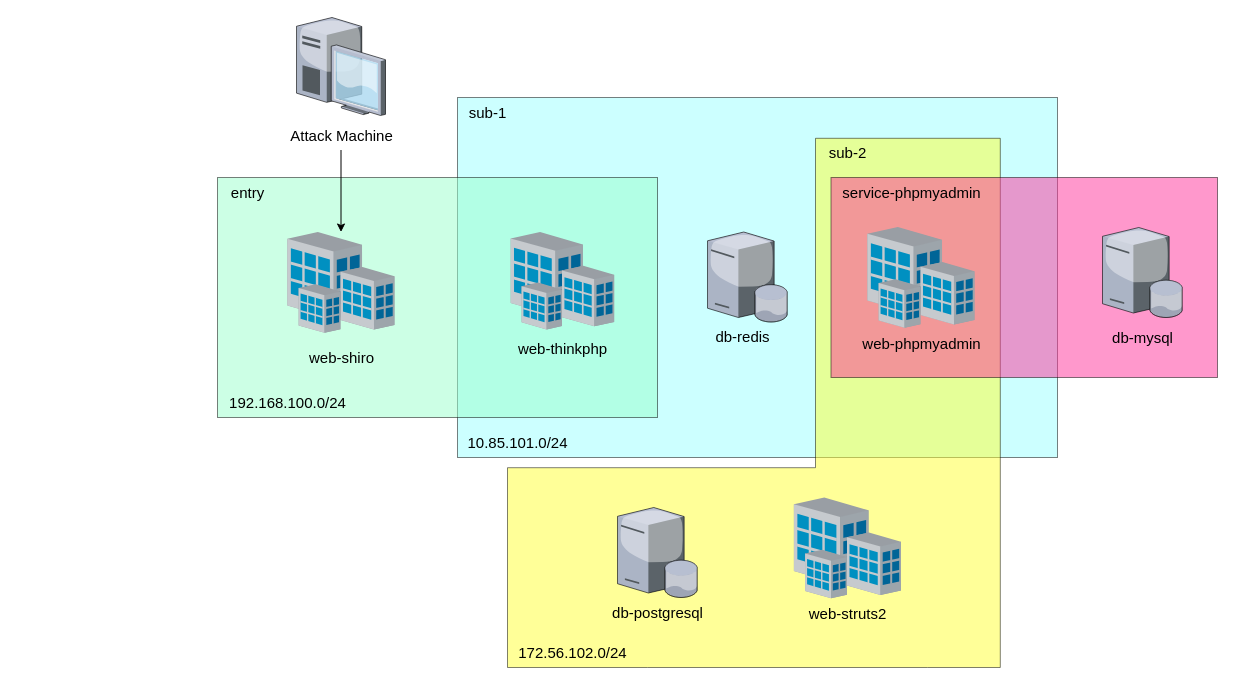
Earlier version of the draw.io diagram Puff-Pastry.drawio (CTF-Archives/Puff-Pastry). Source tidied: cells renumbered, new cells numbered last; positions are measured from the earlier drawing's top-left corner, leaving out a move shared by most shapes. Both pictures are drawn from the tidied source at 100%, with x=0, y=0 at pixel (217, 17).
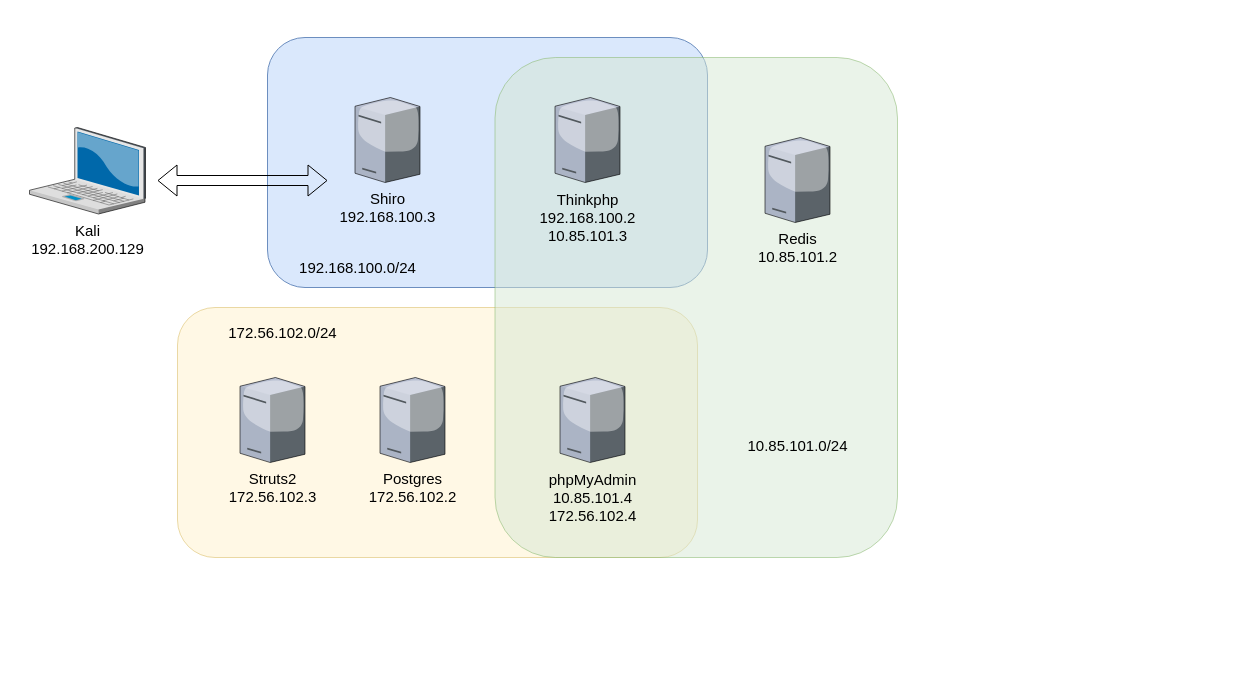
After the change.

Change to the diagram source:
```diff
@@
-    <mxCell id="2" style="rounded=0;whiteSpace=wrap;html=1;fillColor=#99FFFF;fillStyle=solid;opacity=50;" parent="1" vertex="1">
-      <mxGeometry x="240" y="80" width="600" height="360" as="geometry" />
-    </mxCell>
-    <mxCell id="3" style="verticalLabelPosition=bottom;verticalAlign=top;html=1;shape=mxgraph.basic.polygon;polyCoords=[[0.55,0.63],[0.55,0.02],[0.88,0.02],[0.88,1],[0.75,1],[0.25,1],[0,1],[0,0.63]];polyline=0;fontFamily=Helvetica;fontSize=12;fontColor=default;fillColor=#FFFF33;gradientColor=none;opacity=50;" parent="1" vertex="1">
-      <mxGeometry x="290" y="110" width="560" height="540" as="geometry" />
-    </mxCell>
-    <mxCell id="4" style="rounded=0;whiteSpace=wrap;html=1;fillColor=#FF3399;opacity=50;" parent="1" vertex="1">
-      <mxGeometry x="613.5" y="160" width="386.5" height="200" as="geometry" />
-    </mxCell>
-    <mxCell id="5" style="rounded=0;whiteSpace=wrap;html=1;fillColor=#99FFCC;gradientColor=none;fillStyle=solid;opacity=50;" parent="1" vertex="1">
-      <mxGeometry y="160" width="440" height="240" as="geometry" />
-    </mxCell>
-    <mxCell id="6" value="entry" style="text;html=1;align=center;verticalAlign=middle;strokeColor=none;fillColor=none;fontSize=15;" parent="1" vertex="1">
-      <mxGeometry y="160" width="60" height="30" as="geometry" />
-    </mxCell>
-    <mxCell id="7" style="group;" parent="1" vertex="1">
-      <mxGeometry x="70" y="214.5" width="107" height="140" as="geometry" />
-    </mxCell>
-    <mxCell id="8" style="verticalLabelPosition=bottom;sketch=0;html=1;verticalAlign=top;strokeColor=none;align=center;outlineConnect=0;shape=mxgraph.citrix.site;" parent="7" vertex="1">
-      <mxGeometry width="107" height="101" as="geometry" />
-    </mxCell>
-    <mxCell id="9" value="web-shiro" style="text;html=1;align=center;verticalAlign=middle;strokeColor=none;fillColor=none;fontSize=15;" parent="7" vertex="1">
-      <mxGeometry x="8.5" y="110" width="90" height="30" as="geometry" />
-    </mxCell>
-    <mxCell id="10" value="&lt;font style=&quot;font-size: 15px;&quot;&gt;sub-1&lt;/font&gt;" style="text;html=1;align=center;verticalAlign=middle;strokeColor=none;fillColor=none;" parent="1" vertex="1">
-      <mxGeometry x="240" y="80" width="60" height="30" as="geometry" />
-    </mxCell>
-    <mxCell id="11" style="group;" parent="1" vertex="1">
-      <mxGeometry x="290" y="214.5" width="110" height="131" as="geometry" />
-    </mxCell>
-    <mxCell id="12" style="verticalLabelPosition=bottom;sketch=0;html=1;verticalAlign=top;strokeColor=none;align=center;shape=mxgraph.citrix.site;" parent="11" vertex="1">
-      <mxGeometry x="3.3" width="103.4" height="97.6" as="geometry" />
-    </mxCell>
-    <mxCell id="13" value="web-thinkphp" style="text;html=1;align=center;verticalAlign=middle;strokeColor=none;fillColor=none;fontSize=15;" parent="11" vertex="1">
-      <mxGeometry y="101" width="110" height="30" as="geometry" />
-    </mxCell>
+    <mxCell id="36" style="rounded=1;whiteSpace=wrap;html=1;opacity=50;fillColor=#fff2cc;strokeColor=#d6b656;" parent="1" vertex="1">
+      <mxGeometry x="-40" y="290" width="520" height="250" as="geometry" />
+    </mxCell>
+    <mxCell id="37" style="rounded=1;whiteSpace=wrap;html=1;fillColor=#dae8fc;strokeColor=#6c8ebf;" parent="1" vertex="1">
+      <mxGeometry x="50" y="20" width="440" height="250" as="geometry" />
+    </mxCell>
+    <mxCell id="38" style="rounded=1;whiteSpace=wrap;html=1;opacity=50;fillColor=#d5e8d4;strokeColor=#82b366;" parent="1" vertex="1">
+      <mxGeometry x="277.5" y="40" width="402.5" height="500" as="geometry" />
+    </mxCell>
+    <mxCell id="39" style="group;" parent="1" vertex="1">
+      <mxGeometry y="360" width="110" height="135" as="geometry" />
+    </mxCell>
+    <mxCell id="40" style="verticalLabelPosition=bottom;sketch=0;html=1;verticalAlign=top;strokeColor=none;align=center;shape=mxgraph.citrix.license_server;" parent="39" vertex="1">
+      <mxGeometry x="22.5" width="65" height="85" as="geometry" />
+    </mxCell>
+    <mxCell id="41" value="&lt;font style=&quot;font-size: 15px;&quot;&gt;Struts2&lt;br&gt;172.56.102.3&lt;/font&gt;" style="text;html=1;align=center;verticalAlign=middle;strokeColor=none;fillColor=none;" parent="39" vertex="1">
+      <mxGeometry y="85" width="110" height="50" as="geometry" />
+    </mxCell>
+    <mxCell id="42" style="group;" parent="1" vertex="1">
+      <mxGeometry x="140" y="360" width="110" height="135" as="geometry" />
+    </mxCell>
+    <mxCell id="43" style="verticalLabelPosition=bottom;sketch=0;html=1;verticalAlign=top;strokeColor=none;align=center;shape=mxgraph.citrix.license_server;" parent="42" vertex="1">
+      <mxGeometry x="22.5" width="65" height="85" as="geometry" />
+    </mxCell>
+    <mxCell id="44" value="&lt;font style=&quot;font-size: 15px;&quot;&gt;Postgres&lt;br&gt;172.56.102.2&lt;/font&gt;" style="text;html=1;align=center;verticalAlign=middle;strokeColor=none;fillColor=none;" parent="42" vertex="1">
+      <mxGeometry y="85" width="110" height="50" as="geometry" />
+    </mxCell>
+    <mxCell id="45" style="group;" parent="1" vertex="1">
+      <mxGeometry x="110" y="80" width="120" height="135" as="geometry" />
+    </mxCell>
+    <mxCell id="46" style="verticalLabelPosition=bottom;sketch=0;html=1;verticalAlign=top;strokeColor=none;align=center;shape=mxgraph.citrix.license_server;" parent="45" vertex="1">
+      <mxGeometry x="27.5" width="65" height="85" as="geometry" />
+    </mxCell>
+    <mxCell id="47" value="&lt;font style=&quot;font-size: 15px;&quot;&gt;Shiro&lt;br&gt;192.168.100.3&lt;/font&gt;" style="text;html=1;align=center;verticalAlign=middle;strokeColor=none;fillColor=none;" parent="45" vertex="1">
+      <mxGeometry y="85" width="120" height="50" as="geometry" />
+    </mxCell>
+    <mxCell id="48" style="group;" parent="1" vertex="1">
+      <mxGeometry x="310" y="80" width="120" height="155" as="geometry" />
+    </mxCell>
+    <mxCell id="49" style="verticalLabelPosition=bottom;sketch=0;html=1;verticalAlign=top;strokeColor=none;align=center;shape=mxgraph.citrix.license_server;" parent="48" vertex="1">
+      <mxGeometry x="27.5" width="65" height="85" as="geometry" />
+    </mxCell>
+    <mxCell id="50" value="&lt;div style=&quot;font-size: 15px;&quot;&gt;&lt;span style=&quot;background-color: initial;&quot;&gt;Thinkphp&lt;/span&gt;&lt;br&gt;&lt;/div&gt;&lt;div style=&quot;font-size: 15px;&quot;&gt;&lt;font style=&quot;font-size: 15px;&quot;&gt;192.168.100.2&lt;/font&gt;&lt;/div&gt;&lt;div style=&quot;font-size: 15px;&quot;&gt;&lt;font style=&quot;font-size: 15px;&quot;&gt;10.85.101.3&lt;/font&gt;&lt;/div&gt;" style="text;html=1;align=center;verticalAlign=middle;strokeColor=none;fillColor=none;" parent="48" vertex="1">
+      <mxGeometry y="85" width="120" height="70" as="geometry" />
+    </mxCell>
+    <mxCell id="51" style="group;" parent="1" vertex="1">
+      <mxGeometry x="530" y="120" width="100" height="135" as="geometry" />
+    </mxCell>
+    <mxCell id="52" style="verticalLabelPosition=bottom;sketch=0;html=1;verticalAlign=top;strokeColor=none;align=center;shape=mxgraph.citrix.license_server;" parent="51" vertex="1">
+      <mxGeometry x="17.5" width="65" height="85" as="geometry" />
+    </mxCell>
+    <mxCell id="53" value="&lt;font style=&quot;font-size: 15px;&quot;&gt;Redis&lt;br&gt;10.85.101.2&lt;/font&gt;" style="text;html=1;align=center;verticalAlign=middle;strokeColor=none;fillColor=none;" parent="51" vertex="1">
+      <mxGeometry y="85" width="100" height="50" as="geometry" />
+    </mxCell>
+    <mxCell id="54" style="group;" parent="1" vertex="1">
+      <mxGeometry x="320" y="360" width="110" height="155" as="geometry" />
+    </mxCell>
+    <mxCell id="55" style="verticalLabelPosition=bottom;sketch=0;html=1;verticalAlign=top;strokeColor=none;align=center;shape=mxgraph.citrix.license_server;" parent="54" vertex="1">
+      <mxGeometry x="22.5" width="65" height="85" as="geometry" />
+    </mxCell>
+    <mxCell id="56" value="&lt;font style=&quot;font-size: 15px;&quot;&gt;phpMyAdmin&lt;br&gt;&lt;span style=&quot;font-size: 15px;&quot;&gt;10.85.101.4&lt;/span&gt;&lt;br&gt;&lt;span style=&quot;font-size: 15px;&quot;&gt;172.56.102.4&lt;/span&gt;&lt;br&gt;&lt;/font&gt;" style="text;html=1;align=center;verticalAlign=middle;strokeColor=none;fillColor=none;" parent="54" vertex="1">
+      <mxGeometry y="85" width="110" height="70" as="geometry" />
+    </mxCell>
+    <mxCell id="57" style="group;" parent="1" vertex="1">
+      <mxGeometry x="-200" y="110" width="140" height="136.5" as="geometry" />
+    </mxCell>
+    <mxCell id="58" style="verticalLabelPosition=bottom;sketch=0;html=1;verticalAlign=top;strokeColor=none;align=center;shape=mxgraph.citrix.laptop_2;" parent="57" vertex="1">
+      <mxGeometry x="12" width="116" height="86.5" as="geometry" />
+    </mxCell>
+    <mxCell id="59" value="&lt;font style=&quot;font-size: 15px;&quot;&gt;Kali&lt;br&gt;192.168.200.129&lt;/font&gt;" style="text;html=1;align=center;verticalAlign=middle;strokeColor=none;fillColor=none;" parent="57" vertex="1">
+      <mxGeometry y="86.5" width="140" height="50" as="geometry" />
+    </mxCell>
+    <mxCell id="60" style="shape=flexArrow;endArrow=classic;startArrow=classic;html=1;rounded=0;" parent="1" edge="1">
+      <mxGeometry relative="1" as="geometry">
+        <mxPoint x="-60" y="163" as="sourcePoint" />
+        <mxPoint x="110" y="163" as="targetPoint" />
+      </mxGeometry>
+    </mxCell>
     <mxCell id="14" value="&lt;font style=&quot;font-size: 15px;&quot;&gt;192.168.100.0/24&lt;/font&gt;" style="text;html=1;align=center;verticalAlign=middle;strokeColor=none;fillColor=none;" parent="1" vertex="1">
-      <mxGeometry y="370" width="140" height="30" as="geometry" />
+      <mxGeometry x="70" y="235" width="140" height="30" as="geometry" />
     </mxCell>
     <mxCell id="15" value="&lt;font style=&quot;font-size: 15px;&quot;&gt;10.85.101.0/24&lt;/font&gt;" style="text;html=1;align=center;verticalAlign=middle;strokeColor=none;fillColor=none;" parent="1" vertex="1">
-      <mxGeometry x="240" y="410" width="120" height="30" as="geometry" />
+      <mxGeometry x="520" y="412.5" width="120" height="30" as="geometry" />
     </mxCell>
-    <mxCell id="16" style="group;" parent="1" vertex="1">
-      <mxGeometry x="58.5" width="130" height="132.5" as="geometry" />
-    </mxCell>
-    <mxCell id="17" style="verticalLabelPosition=bottom;sketch=0;html=1;verticalAlign=top;strokeColor=none;align=center;shape=mxgraph.citrix.desktop;" parent="16" vertex="1">
-      <mxGeometry x="20.5" width="89" height="98" as="geometry" />
-    </mxCell>
-    <mxCell id="18" value="&lt;font style=&quot;font-size: 15px;&quot;&gt;Attack Machine&lt;/font&gt;" style="text;html=1;align=center;verticalAlign=middle;points=[];strokeColor=none;fillColor=none;" parent="16" vertex="1">
-      <mxGeometry y="102.5" width="130" height="30" as="geometry" />
-    </mxCell>
-    <mxCell id="19" style="edgeStyle=orthogonalEdgeStyle;rounded=0;jettySize=auto;html=1;" parent="1" edge="1" source="18" target="8">
-      <mxGeometry relative="1" as="geometry" />
-    </mxCell>
     <mxCell id="20" value="&lt;font style=&quot;font-size: 15px;&quot;&gt;172.56.102.0/24&lt;/font&gt;" style="text;html=1;align=center;verticalAlign=middle;strokeColor=none;fillColor=none;" parent="1" vertex="1">
-      <mxGeometry x="290" y="620" width="130" height="30" as="geometry" />
+      <mxGeometry y="300" width="130" height="30" as="geometry" />
     </mxCell>
-    <mxCell id="21" value="&lt;font style=&quot;font-size: 15px;&quot;&gt;sub-2&lt;/font&gt;" style="text;html=1;align=center;verticalAlign=middle;strokeColor=none;fillColor=none;" parent="1" vertex="1">
-      <mxGeometry x="600" y="120" width="60" height="30" as="geometry" />
-    </mxCell>
-    <mxCell id="22" style="group;" parent="1" vertex="1">
-      <mxGeometry x="380" y="490" width="120" height="120" as="geometry" />
-    </mxCell>
-    <mxCell id="23" style="verticalLabelPosition=bottom;sketch=0;html=1;verticalAlign=top;strokeColor=none;align=center;shape=mxgraph.citrix.database_server;" parent="22" vertex="1">
-      <mxGeometry x="20" width="80" height="90" as="geometry" />
-    </mxCell>
-    <mxCell id="24" value="&lt;font style=&quot;font-size: 15px;&quot;&gt;db-postgresql&lt;/font&gt;" style="text;html=1;align=center;verticalAlign=middle;strokeColor=none;fillColor=none;" parent="22" vertex="1">
-      <mxGeometry x="5" y="90" width="110" height="30" as="geometry" />
-    </mxCell>
-    <mxCell id="25" style="group;" parent="1" vertex="1">
-      <mxGeometry x="480" y="214.5" width="90" height="119" as="geometry" />
-    </mxCell>
-    <mxCell id="26" style="verticalLabelPosition=bottom;sketch=0;html=1;verticalAlign=top;strokeColor=none;align=center;shape=mxgraph.citrix.database_server;" parent="25" vertex="1">
-      <mxGeometry x="10" width="80" height="90" as="geometry" />
-    </mxCell>
-    <mxCell id="27" value="&lt;font style=&quot;font-size: 15px;&quot;&gt;db-redis&lt;/font&gt;" style="text;html=1;align=center;verticalAlign=middle;strokeColor=none;fillColor=none;" parent="25" vertex="1">
-      <mxGeometry x="5" y="89" width="80" height="30" as="geometry" />
-    </mxCell>
-    <mxCell id="28" style="group;" parent="1" vertex="1">
-      <mxGeometry x="880" y="210" width="90" height="125" as="geometry" />
-    </mxCell>
-    <mxCell id="29" style="verticalLabelPosition=bottom;sketch=0;html=1;verticalAlign=top;strokeColor=none;align=center;shape=mxgraph.citrix.database_server;" parent="28" vertex="1">
-      <mxGeometry x="5" width="80" height="90" as="geometry" />
-    </mxCell>
-    <mxCell id="30" value="&lt;font style=&quot;font-size: 15px;&quot;&gt;db-mysql&lt;/font&gt;" style="text;html=1;align=center;verticalAlign=middle;strokeColor=none;fillColor=none;fontSize=15;" parent="28" vertex="1">
-      <mxGeometry x="5" y="95" width="80" height="30" as="geometry" />
-    </mxCell>
-    <mxCell id="31" value="&lt;font style=&quot;font-size: 15px;&quot;&gt;web-struts2&lt;/font&gt;" style="text;html=1;align=center;verticalAlign=middle;strokeColor=none;fillColor=none;" parent="1" vertex="1">
-      <mxGeometry x="580" y="581" width="100" height="30" as="geometry" />
-    </mxCell>
-    <mxCell id="32" style="verticalLabelPosition=bottom;sketch=0;html=1;verticalAlign=top;strokeColor=none;align=center;shape=mxgraph.citrix.site;" parent="1" vertex="1">
-      <mxGeometry x="576.5" y="480" width="107" height="101" as="geometry" />
-    </mxCell>
-    <mxCell id="33" style="verticalLabelPosition=bottom;sketch=0;html=1;verticalAlign=top;strokeColor=none;align=center;shape=mxgraph.citrix.site;" parent="1" vertex="1">
-      <mxGeometry x="650" y="209.5" width="107" height="101" as="geometry" />
-    </mxCell>
-    <mxCell id="34" value="&lt;font style=&quot;font-size: 15px;&quot;&gt;web-phpmyadmin&lt;/font&gt;" style="text;html=1;align=center;verticalAlign=middle;strokeColor=none;fillColor=none;" parent="1" vertex="1">
-      <mxGeometry x="633.5" y="310.5" width="140" height="30" as="geometry" />
-    </mxCell>
-    <mxCell id="35" value="&lt;font style=&quot;font-size: 15px;&quot;&gt;service-phpmyadmin&lt;/font&gt;" style="text;html=1;align=center;verticalAlign=middle;strokeColor=none;fillColor=none;" parent="1" vertex="1">
-      <mxGeometry x="613.5" y="160" width="160" height="30" as="geometry" />
-    </mxCell>
```
